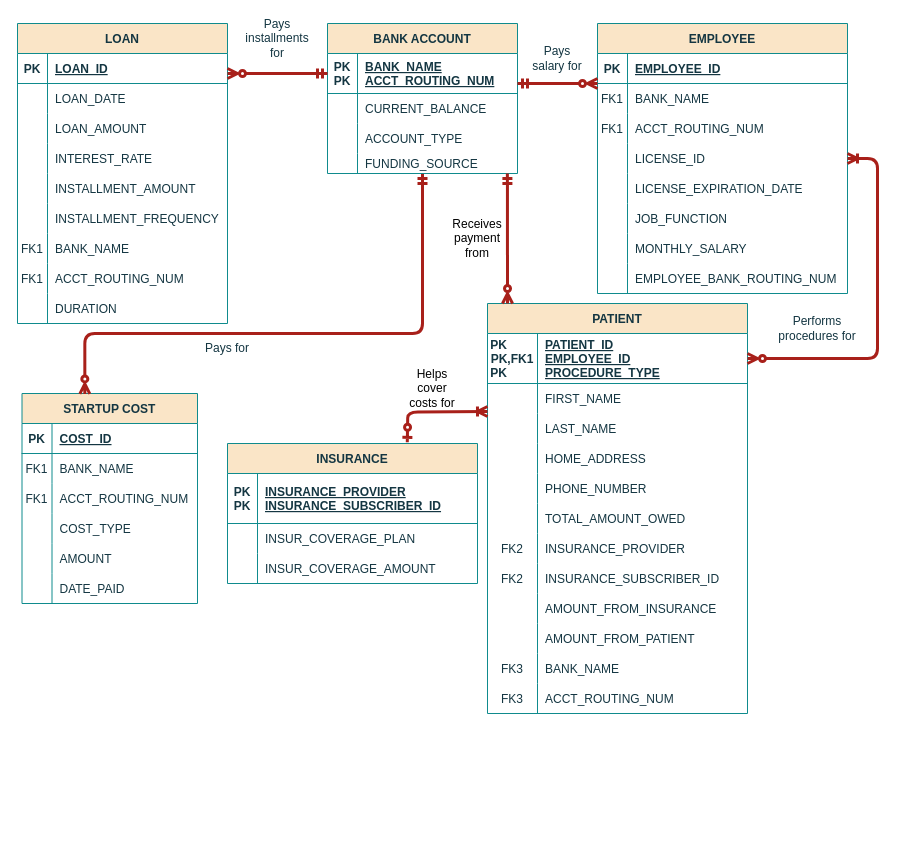
Earlier version of the draw.io diagram hw.drawio (donjuli990/HW1). Source tidied: cells renumbered, new cells numbered last; positions are measured from the earlier drawing's top-left corner, leaving out a move shared by most shapes. Both pictures are drawn from the tidied source at 100%, with x=0, y=0 at pixel (17, 23).
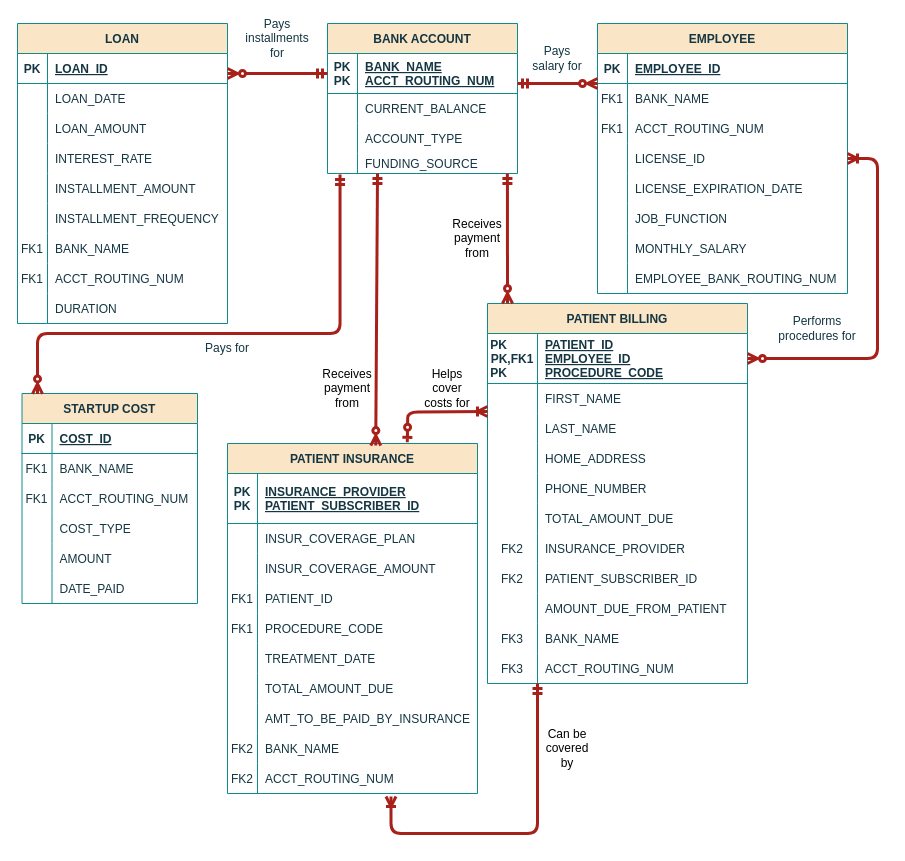
Above is the later version.

The change refers to these unchanged cells:
```xml
<mxCell id="28" style="shape=partialRectangle;fillColor=none;points=[[0,0.5],[1,0.5]];portConstraint=eastwest;top=0;left=0;right=0;bottom=1;labelBackgroundColor=none;strokeColor=#0F8B8D;fontColor=#143642;" parent="27" vertex="1">
  <mxGeometry y="30" width="260" height="50" as="geometry" />
</mxCell>
<mxCell id="43" style="shape=partialRectangle;fillColor=none;top=0;left=0;right=0;bottom=0;labelBackgroundColor=none;strokeColor=#0F8B8D;fontColor=#143642;" parent="27" vertex="1">
  <mxGeometry y="200" width="260" height="30" as="geometry" />
</mxCell>
<mxCell id="49" style="shape=partialRectangle;fillColor=none;top=0;left=0;right=0;bottom=0;labelBackgroundColor=none;strokeColor=#0F8B8D;fontColor=#143642;" parent="27" vertex="1">
  <mxGeometry y="260" width="260" height="30" as="geometry" />
</mxCell>
<mxCell id="94" style="shape=partialRectangle;fillColor=none;top=0;left=0;right=0;bottom=1;labelBackgroundColor=none;strokeColor=#0F8B8D;fontColor=#143642;" parent="93" vertex="1">
  <mxGeometry y="30" width="250" height="50" as="geometry" />
</mxCell>
<mxCell id="103" value="STARTUP COST" style="shape=table;startSize=30;childLayout=tableLayout;rowLines=0;fontStyle=1;align=center;labelBackgroundColor=none;fillColor=#FAE5C7;strokeColor=#0F8B8D;fontColor=#143642;" parent="1" vertex="1">
  <mxGeometry x="4.5" y="370" width="175.5" height="210" as="geometry" />
</mxCell>
<mxCell id="134" style="shape=partialRectangle;fillColor=none;points=[[0,0.5],[1,0.5]];portConstraint=eastwest;top=0;left=0;right=0;bottom=0;labelBackgroundColor=none;strokeColor=#0F8B8D;fontColor=#143642;" parent="124" vertex="1">
  <mxGeometry y="130" width="190" height="20" as="geometry" />
</mxCell>
```

The edit, as a diff of the source:
```diff
@@
-    <mxCell id="27" value="PATIENT" style="shape=table;startSize=30;childLayout=tableLayout;rowLines=0;fontStyle=1;align=center;labelBackgroundColor=none;fillColor=#FAE5C7;strokeColor=#0F8B8D;fontColor=#143642;" parent="1" vertex="1">
-      <mxGeometry x="470" y="280" width="260" height="410" as="geometry" />
+    <mxCell id="27" value="PATIENT BILLING" style="shape=table;startSize=30;childLayout=tableLayout;rowLines=0;fontStyle=1;align=center;labelBackgroundColor=none;fillColor=#FAE5C7;strokeColor=#0F8B8D;fontColor=#143642;" parent="1" vertex="1">
+      <mxGeometry x="470" y="280" width="260" height="380" as="geometry" />
     </mxCell>
@@
-    <mxCell id="30" value="PATIENT_ID&#10;EMPLOYEE_ID&#10;PROCEDURE_TYPE" style="shape=partialRectangle;overflow=hidden;fillColor=none;top=0;left=0;bottom=0;right=0;align=left;spacingLeft=6;fontStyle=5;labelBackgroundColor=none;strokeColor=#0F8B8D;fontColor=#143642;" parent="28" vertex="1">
+    <mxCell id="30" value="PATIENT_ID&#10;EMPLOYEE_ID&#10;PROCEDURE_CODE" style="shape=partialRectangle;overflow=hidden;fillColor=none;top=0;left=0;bottom=0;right=0;align=left;spacingLeft=6;fontStyle=5;labelBackgroundColor=none;strokeColor=#0F8B8D;fontColor=#143642;" parent="28" vertex="1">
       <mxGeometry x="50" width="210" height="50" as="geometry" />
     </mxCell>
@@
-    <mxCell id="45" value="TOTAL_AMOUNT_OWED" style="shape=partialRectangle;overflow=hidden;fillColor=none;top=0;left=0;bottom=0;right=0;align=left;spacingLeft=6;labelBackgroundColor=none;strokeColor=#0F8B8D;fontColor=#143642;" parent="43" vertex="1">
+    <mxCell id="45" value="TOTAL_AMOUNT_DUE" style="shape=partialRectangle;overflow=hidden;fillColor=none;top=0;left=0;bottom=0;right=0;align=left;spacingLeft=6;labelBackgroundColor=none;strokeColor=#0F8B8D;fontColor=#143642;" parent="43" vertex="1">
       <mxGeometry x="50" width="210" height="30" as="geometry" />
     </mxCell>
@@
-    <mxCell id="51" value="INSURANCE_SUBSCRIBER_ID" style="shape=partialRectangle;overflow=hidden;fillColor=none;top=0;left=0;bottom=0;right=0;align=left;spacingLeft=6;labelBackgroundColor=none;strokeColor=#0F8B8D;fontColor=#143642;" parent="49" vertex="1">
+    <mxCell id="51" value="PATIENT_SUBSCRIBER_ID" style="shape=partialRectangle;overflow=hidden;fillColor=none;top=0;left=0;bottom=0;right=0;align=left;spacingLeft=6;labelBackgroundColor=none;strokeColor=#0F8B8D;fontColor=#143642;" parent="49" vertex="1">
       <mxGeometry x="50" width="210" height="30" as="geometry" />
     </mxCell>
-    <mxCell id="52" style="shape=partialRectangle;fillColor=none;top=0;left=0;right=0;bottom=0;labelBackgroundColor=none;strokeColor=#0F8B8D;fontColor=#143642;" parent="27" vertex="1">
-      <mxGeometry y="290" width="260" height="30" as="geometry" />
-    </mxCell>
-    <mxCell id="53" style="shape=partialRectangle;overflow=hidden;fillColor=none;top=0;left=0;bottom=0;right=0;labelBackgroundColor=none;strokeColor=#0F8B8D;fontColor=#143642;" parent="52" vertex="1">
-      <mxGeometry width="50" height="30" as="geometry" />
-    </mxCell>
-    <mxCell id="54" value="AMOUNT_FROM_INSURANCE" style="shape=partialRectangle;overflow=hidden;fillColor=none;top=0;left=0;bottom=0;right=0;align=left;spacingLeft=6;labelBackgroundColor=none;strokeColor=#0F8B8D;fontColor=#143642;" parent="52" vertex="1">
-      <mxGeometry x="50" width="210" height="30" as="geometry" />
-    </mxCell>
     <mxCell id="55" style="shape=partialRectangle;fillColor=none;top=0;left=0;right=0;bottom=0;labelBackgroundColor=none;strokeColor=#0F8B8D;fontColor=#143642;" parent="27" vertex="1">
-      <mxGeometry y="320" width="260" height="30" as="geometry" />
+      <mxGeometry y="290" width="260" height="30" as="geometry" />
     </mxCell>
@@
-    <mxCell id="57" value="AMOUNT_FROM_PATIENT" style="shape=partialRectangle;overflow=hidden;fillColor=none;top=0;left=0;bottom=0;right=0;align=left;spacingLeft=6;labelBackgroundColor=none;strokeColor=#0F8B8D;fontColor=#143642;" parent="55" vertex="1">
+    <mxCell id="57" value="AMOUNT_DUE_FROM_PATIENT" style="shape=partialRectangle;overflow=hidden;fillColor=none;top=0;left=0;bottom=0;right=0;align=left;spacingLeft=6;labelBackgroundColor=none;strokeColor=#0F8B8D;fontColor=#143642;" parent="55" vertex="1">
       <mxGeometry x="50" width="210" height="30" as="geometry" />
     </mxCell>
     <mxCell id="58" style="shape=partialRectangle;fillColor=none;top=0;left=0;right=0;bottom=0;labelBackgroundColor=none;strokeColor=#0F8B8D;fontColor=#143642;" parent="27" vertex="1">
-      <mxGeometry y="350" width="260" height="30" as="geometry" />
+      <mxGeometry y="320" width="260" height="30" as="geometry" />
     </mxCell>
@@
     <mxCell id="61" style="shape=partialRectangle;fillColor=none;top=0;left=0;right=0;bottom=0;labelBackgroundColor=none;strokeColor=#0F8B8D;fontColor=#143642;" parent="27" vertex="1">
-      <mxGeometry y="380" width="260" height="30" as="geometry" />
+      <mxGeometry y="350" width="260" height="30" as="geometry" />
     </mxCell>
@@
-    <mxCell id="93" value="INSURANCE" style="shape=table;startSize=30;childLayout=tableLayout;rowLines=0;fontStyle=1;align=center;labelBackgroundColor=none;fillColor=#FAE5C7;strokeColor=#0F8B8D;fontColor=#143642;" parent="1" vertex="1">
-      <mxGeometry x="210" y="420" width="250" height="140" as="geometry" />
+    <mxCell id="93" value="PATIENT INSURANCE" style="shape=table;startSize=30;childLayout=tableLayout;rowLines=0;fontStyle=1;align=center;labelBackgroundColor=none;fillColor=#FAE5C7;strokeColor=#0F8B8D;fontColor=#143642;" parent="1" vertex="1">
+      <mxGeometry x="210" y="420" width="250" height="350" as="geometry" />
     </mxCell>
@@
-    <mxCell id="96" value="INSURANCE_PROVIDER&#10;INSURANCE_SUBSCRIBER_ID" style="shape=partialRectangle;overflow=hidden;fillColor=none;top=0;left=0;bottom=0;right=0;align=left;spacingLeft=6;fontStyle=5;labelBackgroundColor=none;strokeColor=#0F8B8D;fontColor=#143642;" parent="94" vertex="1">
+    <mxCell id="96" value="INSURANCE_PROVIDER&#10;PATIENT_SUBSCRIBER_ID" style="shape=partialRectangle;overflow=hidden;fillColor=none;top=0;left=0;bottom=0;right=0;align=left;spacingLeft=6;fontStyle=5;labelBackgroundColor=none;strokeColor=#0F8B8D;fontColor=#143642;" parent="94" vertex="1">
       <mxGeometry x="30" width="220" height="50" as="geometry" />
     </mxCell>
@@
+    <mxCell id="146" style="shape=partialRectangle;fillColor=none;top=0;left=0;right=0;bottom=0;labelBackgroundColor=none;strokeColor=#0F8B8D;fontColor=#143642;" parent="93" vertex="1">
+      <mxGeometry y="140" width="250" height="30" as="geometry" />
+    </mxCell>
+    <mxCell id="147" value="FK1" style="shape=partialRectangle;overflow=hidden;fillColor=none;top=0;left=0;bottom=0;right=0;labelBackgroundColor=none;strokeColor=#0F8B8D;fontColor=#143642;" parent="146" vertex="1">
+      <mxGeometry width="30" height="30" as="geometry" />
+    </mxCell>
+    <mxCell id="148" value="PATIENT_ID" style="shape=partialRectangle;overflow=hidden;fillColor=none;top=0;left=0;bottom=0;right=0;align=left;spacingLeft=6;labelBackgroundColor=none;strokeColor=#0F8B8D;fontColor=#143642;" parent="146" vertex="1">
+      <mxGeometry x="30" width="220" height="30" as="geometry" />
+    </mxCell>
+    <mxCell id="149" style="shape=partialRectangle;fillColor=none;top=0;left=0;right=0;bottom=0;labelBackgroundColor=none;strokeColor=#0F8B8D;fontColor=#143642;" parent="93" vertex="1">
+      <mxGeometry y="170" width="250" height="30" as="geometry" />
+    </mxCell>
+    <mxCell id="150" value="FK1" style="shape=partialRectangle;overflow=hidden;fillColor=none;top=0;left=0;bottom=0;right=0;labelBackgroundColor=none;strokeColor=#0F8B8D;fontColor=#143642;" parent="149" vertex="1">
+      <mxGeometry width="30" height="30" as="geometry" />
+    </mxCell>
+    <mxCell id="151" value="PROCEDURE_CODE" style="shape=partialRectangle;overflow=hidden;fillColor=none;top=0;left=0;bottom=0;right=0;align=left;spacingLeft=6;labelBackgroundColor=none;strokeColor=#0F8B8D;fontColor=#143642;" parent="149" vertex="1">
+      <mxGeometry x="30" width="220" height="30" as="geometry" />
+    </mxCell>
+    <mxCell id="152" style="shape=partialRectangle;fillColor=none;top=0;left=0;right=0;bottom=0;labelBackgroundColor=none;strokeColor=#0F8B8D;fontColor=#143642;" parent="93" vertex="1">
+      <mxGeometry y="200" width="250" height="30" as="geometry" />
+    </mxCell>
+    <mxCell id="153" style="shape=partialRectangle;overflow=hidden;fillColor=none;top=0;left=0;bottom=0;right=0;labelBackgroundColor=none;strokeColor=#0F8B8D;fontColor=#143642;" parent="152" vertex="1">
+      <mxGeometry width="30" height="30" as="geometry" />
+    </mxCell>
+    <mxCell id="154" value="TREATMENT_DATE" style="shape=partialRectangle;overflow=hidden;fillColor=none;top=0;left=0;bottom=0;right=0;align=left;spacingLeft=6;labelBackgroundColor=none;strokeColor=#0F8B8D;fontColor=#143642;" parent="152" vertex="1">
+      <mxGeometry x="30" width="220" height="30" as="geometry" />
+    </mxCell>
+    <mxCell id="155" style="shape=partialRectangle;fillColor=none;top=0;left=0;right=0;bottom=0;labelBackgroundColor=none;strokeColor=#0F8B8D;fontColor=#143642;" parent="93" vertex="1">
+      <mxGeometry y="230" width="250" height="30" as="geometry" />
+    </mxCell>
+    <mxCell id="156" style="shape=partialRectangle;overflow=hidden;fillColor=none;top=0;left=0;bottom=0;right=0;labelBackgroundColor=none;strokeColor=#0F8B8D;fontColor=#143642;" parent="155" vertex="1">
+      <mxGeometry width="30" height="30" as="geometry" />
+    </mxCell>
+    <mxCell id="157" value="TOTAL_AMOUNT_DUE" style="shape=partialRectangle;overflow=hidden;fillColor=none;top=0;left=0;bottom=0;right=0;align=left;spacingLeft=6;labelBackgroundColor=none;strokeColor=#0F8B8D;fontColor=#143642;" parent="155" vertex="1">
+      <mxGeometry x="30" width="220" height="30" as="geometry" />
+    </mxCell>
+    <mxCell id="158" style="shape=partialRectangle;fillColor=none;top=0;left=0;right=0;bottom=0;labelBackgroundColor=none;strokeColor=#0F8B8D;fontColor=#143642;" parent="93" vertex="1">
+      <mxGeometry y="260" width="250" height="30" as="geometry" />
+    </mxCell>
+    <mxCell id="159" style="shape=partialRectangle;overflow=hidden;fillColor=none;top=0;left=0;bottom=0;right=0;labelBackgroundColor=none;strokeColor=#0F8B8D;fontColor=#143642;" parent="158" vertex="1">
+      <mxGeometry width="30" height="30" as="geometry" />
+    </mxCell>
+    <mxCell id="160" value="AMT_TO_BE_PAID_BY_INSURANCE" style="shape=partialRectangle;overflow=hidden;fillColor=none;top=0;left=0;bottom=0;right=0;align=left;spacingLeft=6;labelBackgroundColor=none;strokeColor=#0F8B8D;fontColor=#143642;" parent="158" vertex="1">
+      <mxGeometry x="30" width="220" height="30" as="geometry" />
+    </mxCell>
+    <mxCell id="161" style="shape=partialRectangle;fillColor=none;top=0;left=0;right=0;bottom=0;labelBackgroundColor=none;strokeColor=#0F8B8D;fontColor=#143642;" parent="93" vertex="1">
+      <mxGeometry y="290" width="250" height="30" as="geometry" />
+    </mxCell>
+    <mxCell id="162" value="FK2" style="shape=partialRectangle;overflow=hidden;fillColor=none;top=0;left=0;bottom=0;right=0;labelBackgroundColor=none;strokeColor=#0F8B8D;fontColor=#143642;" parent="161" vertex="1">
+      <mxGeometry width="30" height="30" as="geometry" />
+    </mxCell>
+    <mxCell id="163" value="BANK_NAME" style="shape=partialRectangle;overflow=hidden;fillColor=none;top=0;left=0;bottom=0;right=0;align=left;spacingLeft=6;labelBackgroundColor=none;strokeColor=#0F8B8D;fontColor=#143642;" parent="161" vertex="1">
+      <mxGeometry x="30" width="220" height="30" as="geometry" />
+    </mxCell>
+    <mxCell id="164" style="shape=partialRectangle;fillColor=none;points=[[0,0.5],[1,0.5]];portConstraint=eastwest;top=0;left=0;right=0;bottom=0;labelBackgroundColor=none;strokeColor=#0F8B8D;fontColor=#143642;" parent="93" vertex="1">
+      <mxGeometry y="320" width="250" height="30" as="geometry" />
+    </mxCell>
+    <mxCell id="165" value="FK2" style="shape=partialRectangle;overflow=hidden;fillColor=none;top=0;left=0;bottom=0;right=0;labelBackgroundColor=none;strokeColor=#0F8B8D;fontColor=#143642;" parent="164" vertex="1">
+      <mxGeometry width="30" height="30" as="geometry" />
+    </mxCell>
+    <mxCell id="166" value="ACCT_ROUTING_NUM" style="shape=partialRectangle;overflow=hidden;fillColor=none;top=0;left=0;bottom=0;right=0;align=left;spacingLeft=6;labelBackgroundColor=none;strokeColor=#0F8B8D;fontColor=#143642;" parent="164" vertex="1">
+      <mxGeometry x="30" width="220" height="30" as="geometry" />
+    </mxCell>
@@
-    <mxCell id="123" style="endArrow=ERzeroToMany;startArrow=ERmandOne;endFill=0;startFill=0;labelBackgroundColor=none;strokeColor=#A8201A;fontColor=default;entryX=0.358;entryY=0.002;entryDx=0;entryDy=0;entryPerimeter=0;strokeWidth=3;edgeStyle=elbowEdgeStyle;elbow=vertical;" parent="1" edge="1" source="134" target="103">
+    <mxCell id="123" style="endArrow=ERzeroToMany;startArrow=ERmandOne;endFill=0;startFill=0;labelBackgroundColor=none;strokeColor=#A8201A;fontColor=default;entryX=0.358;entryY=0.002;entryDx=0;entryDy=0;entryPerimeter=0;strokeWidth=3;edgeStyle=elbowEdgeStyle;elbow=vertical;exitX=0.066;exitY=1.044;exitDx=0;exitDy=0;exitPerimeter=0;" parent="1" edge="1" source="134">
       <mxGeometry relative="1" as="geometry">
+        <mxPoint x="20" y="370.4" as="targetPoint" />
         <Array as="points">
-          <mxPoint x="250" y="310" />
+          <mxPoint x="202.7" y="310" />
         </Array>
       </mxGeometry>
     </mxCell>
@@
     <mxCell id="145" value="Helps cover costs for" style="text;html=1;align=center;verticalAlign=middle;whiteSpace=wrap;rounded=0;" parent="1" vertex="1">
-      <mxGeometry x="385" y="350" width="60" height="30" as="geometry" />
+      <mxGeometry x="400" y="350" width="60" height="30" as="geometry" />
     </mxCell>
+    <mxCell id="167" style="endArrow=ERoneToMany;startArrow=ERmandOne;endFill=0;startFill=0;labelBackgroundColor=none;strokeColor=#A8201A;fontColor=default;strokeWidth=3;edgeStyle=orthogonalEdgeStyle;elbow=vertical;entryX=0.654;entryY=1.1;entryDx=0;entryDy=0;entryPerimeter=0;" parent="1" edge="1" target="164">
+      <mxGeometry relative="1" as="geometry">
+        <mxPoint x="520" y="660" as="sourcePoint" />
+        <Array as="points">
+          <mxPoint x="520" y="810" />
+          <mxPoint x="374" y="810" />
+        </Array>
+      </mxGeometry>
+    </mxCell>
+    <mxCell id="168" value="Can be covered by" style="text;html=1;align=center;verticalAlign=middle;whiteSpace=wrap;rounded=0;" parent="1" vertex="1">
+      <mxGeometry x="520" y="710" width="60" height="30" as="geometry" />
+    </mxCell>
+    <mxCell id="169" style="endArrow=ERzeroToMany;startArrow=ERmandOne;endFill=0;startFill=0;labelBackgroundColor=none;strokeColor=#A8201A;fontColor=default;strokeWidth=3;entryX=0.593;entryY=0.006;entryDx=0;entryDy=0;entryPerimeter=0;" parent="1" edge="1" target="93">
+      <mxGeometry relative="1" as="geometry">
+        <mxPoint x="360" y="150" as="sourcePoint" />
+      </mxGeometry>
+    </mxCell>
+    <mxCell id="170" value="Receives payment from" style="text;html=1;align=center;verticalAlign=middle;whiteSpace=wrap;rounded=0;" parent="1" vertex="1">
+      <mxGeometry x="300" y="350" width="60" height="30" as="geometry" />
+    </mxCell>
```
